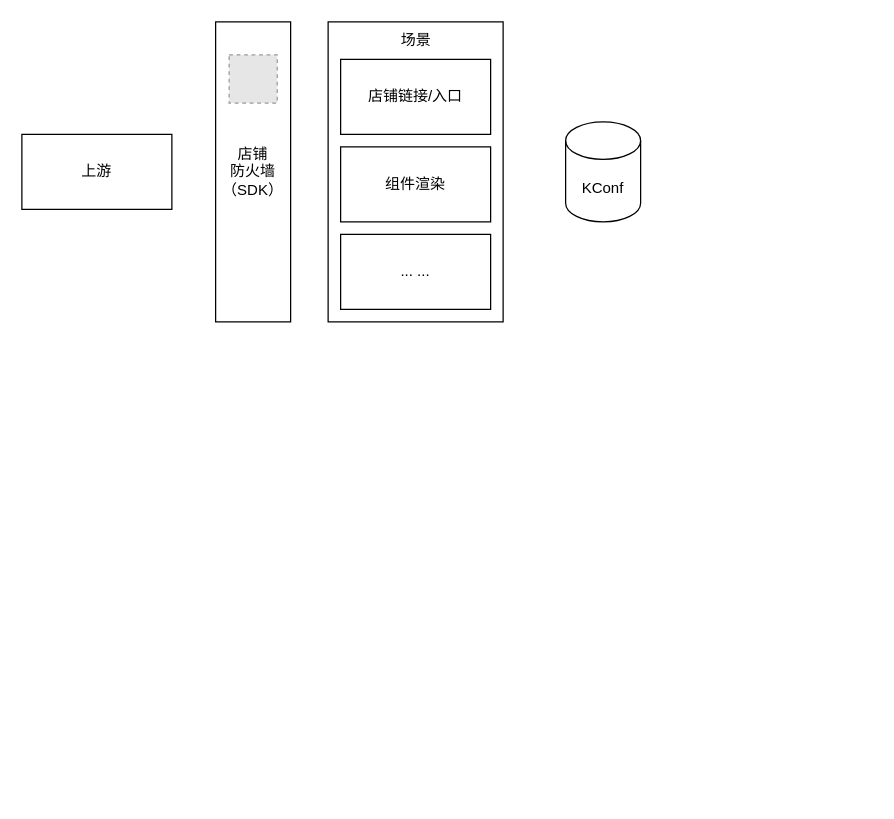
XDcat/draw.io_2 keeps this draw.io diagram as page "第 3 页" (3 of 3) of 快手/未命名绘图.drawio. Above is the earlier version. Source tidied: cells renumbered, new cells numbered last; positions are measured from the earlier drawing's top-left corner, leaving out a move shared by most shapes. Both pictures are drawn from the tidied source at 125%, with x=0, y=0 at pixel (21, 21). Pictures stored in the file or linked from it are replaced by grey dashed boxes.
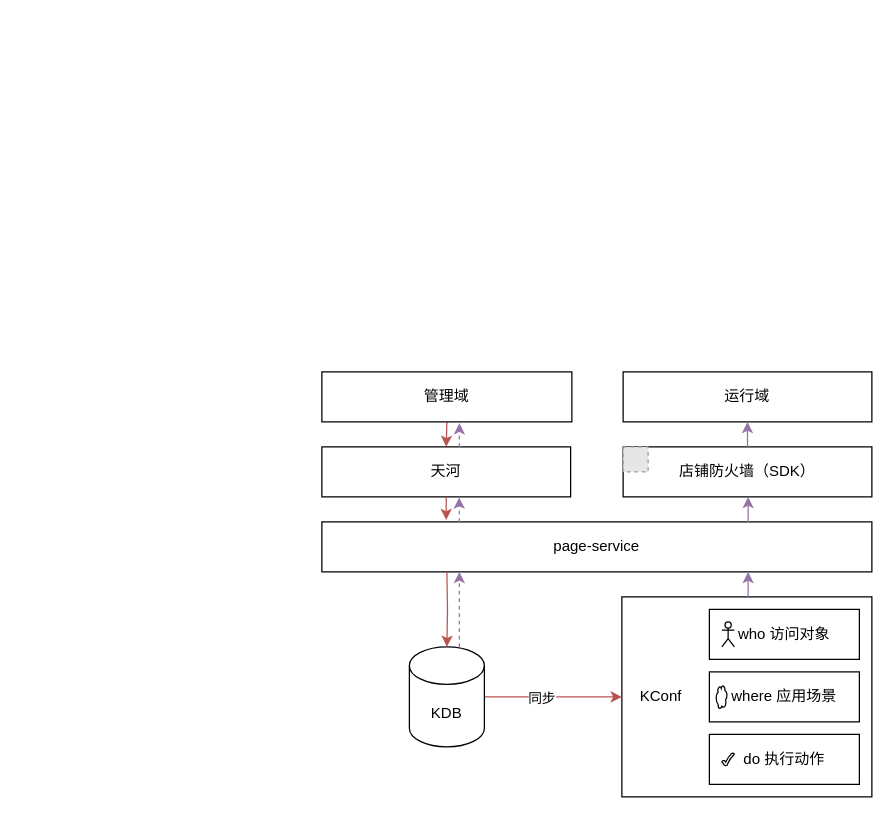
After the change.

Commit message:
更新未命名绘图.drawio

Change to the diagram source:
```diff
@@
-    <mxCell id="2" style="group;" parent="1" vertex="1">
-      <mxGeometry x="245" width="140" height="240" as="geometry" />
-    </mxCell>
-    <mxCell id="3" style="rounded=0;whiteSpace=wrap;html=1;" parent="2" vertex="1">
-      <mxGeometry width="140" height="240" as="geometry" />
-    </mxCell>
-    <mxCell id="4" value="场景" style="text;html=1;align=center;verticalAlign=middle;strokeColor=none;fillColor=none;" parent="2" vertex="1">
-      <mxGeometry x="45" width="50" height="30" as="geometry" />
-    </mxCell>
-    <mxCell id="5" value="KConf" style="shape=cylinder3;whiteSpace=wrap;html=1;boundedLbl=1;backgroundOutline=1;size=15;" parent="1" vertex="1">
-      <mxGeometry x="435" y="80" width="60" height="80" as="geometry" />
-    </mxCell>
-    <mxCell id="6" value="上游" style="rounded=0;whiteSpace=wrap;html=1;" parent="1" vertex="1">
-      <mxGeometry y="90" width="120" height="60" as="geometry" />
+    <mxCell id="6" value="运行域" style="rounded=0;whiteSpace=wrap;html=1;" parent="1" vertex="1">
+      <mxGeometry x="481" y="280" width="199" height="40" as="geometry" />
     </mxCell>
-    <mxCell id="7" value="店铺链接/入口" style="rounded=0;whiteSpace=wrap;html=1;" parent="1" vertex="1">
-      <mxGeometry x="255" y="30" width="120" height="60" as="geometry" />
-    </mxCell>
-    <mxCell id="8" value="组件渲染" style="rounded=0;whiteSpace=wrap;html=1;" parent="1" vertex="1">
-      <mxGeometry x="255" y="100" width="120" height="60" as="geometry" />
-    </mxCell>
-    <mxCell id="9" value="... ..." style="rounded=0;whiteSpace=wrap;html=1;" parent="1" vertex="1">
-      <mxGeometry x="255" y="170" width="120" height="60" as="geometry" />
-    </mxCell>
-    <mxCell id="10" style="group;" parent="1" vertex="1">
-      <mxGeometry x="155" width="60" height="240" as="geometry" />
-    </mxCell>
+    <mxCell id="13" style="edgeStyle=orthogonalEdgeStyle;rounded=0;jettySize=auto;html=1;exitX=0.5;exitY=1;exitDx=0;exitDy=0;entryX=0.5;entryY=0;entryDx=0;entryDy=0;fillColor=#f8cecc;strokeColor=#b85450;" parent="1" edge="1" source="14" target="17">
+      <mxGeometry relative="1" as="geometry" />
+    </mxCell>
+    <mxCell id="14" value="管理域" style="rounded=0;whiteSpace=wrap;html=1;" parent="1" vertex="1">
+      <mxGeometry x="240" y="280" width="200" height="40" as="geometry" />
+    </mxCell>
+    <mxCell id="15" style="group;" parent="1" vertex="1">
+      <mxGeometry x="481" y="340" width="199" height="40" as="geometry" />
+    </mxCell>
-    <mxCell id="11" value="店铺&lt;div&gt;防火墙&lt;/div&gt;&lt;div&gt;（SDK）&lt;/div&gt;" style="rounded=0;whiteSpace=wrap;html=1;" parent="10" vertex="1">
-      <mxGeometry width="60" height="240" as="geometry" />
+    <mxCell id="11" value="店铺&lt;span style=&quot;background-color: initial;&quot;&gt;防火墙&lt;/span&gt;&lt;span style=&quot;background-color: initial;&quot;&gt;（SDK）&lt;/span&gt;" style="rounded=0;whiteSpace=wrap;html=1;" parent="15" vertex="1">
+      <mxGeometry width="199" height="40" as="geometry" />
     </mxCell>
-    <mxCell id="12" style="fillColor=#E6E6E6;strokeColor=#999999;dashed=1;verticalLabelPosition=bottom;labelBackgroundColor=default;verticalAlign=top;" parent="10" vertex="1">
-      <mxGeometry x="10.8" y="26.4" width="38.5" height="38.5" as="geometry" />
+    <mxCell id="12" style="fillColor=#E6E6E6;strokeColor=#999999;dashed=1;verticalLabelPosition=bottom;labelBackgroundColor=default;verticalAlign=top;" parent="15" vertex="1">
+      <mxGeometry width="20" height="20" as="geometry" />
     </mxCell>
+    <mxCell id="16" style="group;" parent="1" vertex="1">
+      <mxGeometry x="240" y="340" width="199" height="40" as="geometry" />
+    </mxCell>
+    <mxCell id="17" value="天河" style="rounded=0;whiteSpace=wrap;html=1;" parent="16" vertex="1">
+      <mxGeometry width="199" height="40" as="geometry" />
+    </mxCell>
+    <mxCell id="18" style="group;" parent="1" vertex="1">
+      <mxGeometry x="240" y="400" width="440" height="40" as="geometry" />
+    </mxCell>
+    <mxCell id="19" value="page-service" style="rounded=0;whiteSpace=wrap;html=1;" parent="18" vertex="1">
+      <mxGeometry width="440" height="40" as="geometry" />
+    </mxCell>
+    <mxCell id="20" style="rounded=0;whiteSpace=wrap;html=1;verticalAlign=top;" parent="1" vertex="1">
+      <mxGeometry x="480" y="460" width="200" height="160" as="geometry" />
+    </mxCell>
+    <mxCell id="21" style="group;" parent="1" vertex="1">
+      <mxGeometry x="550" y="570" width="120" height="40" as="geometry" />
+    </mxCell>
+    <mxCell id="22" value="do 执行动作" style="rounded=0;whiteSpace=wrap;html=1;" parent="21" vertex="1">
+      <mxGeometry width="120" height="40" as="geometry" />
+    </mxCell>
+    <mxCell id="23" style="verticalLabelPosition=bottom;verticalAlign=top;html=1;shape=mxgraph.basic.tick;" parent="21" vertex="1">
+      <mxGeometry x="10" y="15" width="10" height="10" as="geometry" />
+    </mxCell>
+    <mxCell id="24" style="group;" parent="1" vertex="1">
+      <mxGeometry x="550" y="520" width="120" height="40" as="geometry" />
+    </mxCell>
+    <mxCell id="25" value="where 应用场景" style="rounded=0;whiteSpace=wrap;html=1;" parent="24" vertex="1">
+      <mxGeometry width="120" height="40" as="geometry" />
+    </mxCell>
+    <mxCell id="26" style="ellipse;shape=cloud;whiteSpace=wrap;html=1;rotation=90;" parent="24" vertex="1">
+      <mxGeometry y="15" width="20" height="10" as="geometry" />
+    </mxCell>
+    <mxCell id="27" style="group;" parent="1" vertex="1">
+      <mxGeometry x="550" y="470" width="120" height="40" as="geometry" />
+    </mxCell>
+    <mxCell id="28" value="who 访问对象" style="rounded=0;whiteSpace=wrap;html=1;" parent="27" vertex="1">
+      <mxGeometry width="120" height="40" as="geometry" />
+    </mxCell>
+    <mxCell id="29" style="shape=umlActor;verticalLabelPosition=bottom;verticalAlign=top;html=1;" parent="27" vertex="1">
+      <mxGeometry x="10" y="10" width="10" height="20" as="geometry" />
+    </mxCell>
+    <mxCell id="30" style="edgeStyle=orthogonalEdgeStyle;rounded=0;jettySize=auto;html=1;exitX=1;exitY=0.5;exitDx=0;exitDy=0;exitPerimeter=0;entryX=0;entryY=0.5;entryDx=0;entryDy=0;fillColor=#f8cecc;strokeColor=#b85450;" parent="1" edge="1" source="33" target="20">
+      <mxGeometry relative="1" as="geometry" />
+    </mxCell>
+    <mxCell id="31" value="同步" style="edgeLabel;html=1;align=center;verticalAlign=middle;" parent="30" vertex="1">
+      <mxGeometry x="-0.19" relative="1" as="geometry" />
+    </mxCell>
+    <mxCell id="32" style="edgeStyle=orthogonalEdgeStyle;rounded=0;jettySize=auto;html=1;entryX=0.25;entryY=1;entryDx=0;entryDy=0;dashed=1;fillColor=#e1d5e7;strokeColor=#9673a6;" parent="1" edge="1" source="33" target="19">
+      <mxGeometry relative="1" as="geometry">
+        <Array as="points">
+          <mxPoint x="350" y="480" />
+          <mxPoint x="350" y="480" />
+        </Array>
+      </mxGeometry>
+    </mxCell>
+    <mxCell id="33" value="KDB" style="shape=cylinder3;whiteSpace=wrap;html=1;boundedLbl=1;backgroundOutline=1;size=15;" parent="1" vertex="1">
+      <mxGeometry x="310" y="500" width="60" height="80" as="geometry" />
+    </mxCell>
+    <mxCell id="5" value="KConf" style="text;html=1;align=center;verticalAlign=middle;strokeColor=none;fillColor=none;" parent="1" vertex="1">
+      <mxGeometry x="481" y="525" width="60" height="30" as="geometry" />
+    </mxCell>
+    <mxCell id="34" style="edgeStyle=orthogonalEdgeStyle;rounded=0;jettySize=auto;html=1;exitX=0.5;exitY=1;exitDx=0;exitDy=0;entryX=0.226;entryY=-0.038;entryDx=0;entryDy=0;entryPerimeter=0;fillColor=#f8cecc;strokeColor=#b85450;" parent="1" edge="1" source="17" target="19">
+      <mxGeometry relative="1" as="geometry" />
+    </mxCell>
+    <mxCell id="35" style="edgeStyle=orthogonalEdgeStyle;rounded=0;jettySize=auto;html=1;entryX=0.5;entryY=0;entryDx=0;entryDy=0;entryPerimeter=0;fillColor=#f8cecc;strokeColor=#b85450;" parent="1" edge="1" target="33">
+      <mxGeometry relative="1" as="geometry">
+        <mxPoint x="340" y="440" as="sourcePoint" />
+      </mxGeometry>
+    </mxCell>
+    <mxCell id="36" style="edgeStyle=orthogonalEdgeStyle;rounded=0;jettySize=auto;html=1;exitX=0.5;exitY=0;exitDx=0;exitDy=0;entryX=0.5;entryY=1;entryDx=0;entryDy=0;fillColor=#e1d5e7;strokeColor=#9673a6;" parent="1" edge="1" source="11" target="6">
+      <mxGeometry relative="1" as="geometry" />
+    </mxCell>
+    <mxCell id="37" style="edgeStyle=orthogonalEdgeStyle;rounded=0;orthogonalLoop=1;jettySize=auto;html=1;exitX=0.5;exitY=0;exitDx=0;exitDy=0;entryX=0.5;entryY=1;entryDx=0;entryDy=0;fillColor=#e1d5e7;strokeColor=#9673a6;" parent="1" edge="1">
+      <mxGeometry relative="1" as="geometry">
+        <mxPoint x="581" y="400" as="sourcePoint" />
+        <mxPoint x="581" y="380" as="targetPoint" />
+      </mxGeometry>
+    </mxCell>
+    <mxCell id="38" style="edgeStyle=orthogonalEdgeStyle;rounded=0;orthogonalLoop=1;jettySize=auto;html=1;exitX=0.5;exitY=0;exitDx=0;exitDy=0;entryX=0.5;entryY=1;entryDx=0;entryDy=0;fillColor=#e1d5e7;strokeColor=#9673a6;" parent="1" edge="1">
+      <mxGeometry relative="1" as="geometry">
+        <mxPoint x="581" y="460" as="sourcePoint" />
+        <mxPoint x="581" y="440" as="targetPoint" />
+      </mxGeometry>
+    </mxCell>
+    <mxCell id="39" style="edgeStyle=orthogonalEdgeStyle;rounded=0;jettySize=auto;html=1;exitX=0.25;exitY=0;exitDx=0;exitDy=0;entryX=0.552;entryY=1.013;entryDx=0;entryDy=0;entryPerimeter=0;dashed=1;fillColor=#e1d5e7;strokeColor=#9673a6;" parent="1" edge="1" source="19" target="17">
+      <mxGeometry relative="1" as="geometry" />
+    </mxCell>
+    <mxCell id="40" style="edgeStyle=orthogonalEdgeStyle;rounded=0;orthogonalLoop=1;jettySize=auto;html=1;exitX=0.25;exitY=0;exitDx=0;exitDy=0;entryX=0.552;entryY=1.013;entryDx=0;entryDy=0;entryPerimeter=0;dashed=1;fillColor=#e1d5e7;strokeColor=#9673a6;" parent="1" edge="1">
+      <mxGeometry relative="1" as="geometry">
+        <mxPoint x="350" y="340" as="sourcePoint" />
+        <mxPoint x="350" y="321" as="targetPoint" />
+      </mxGeometry>
+    </mxCell>
```
